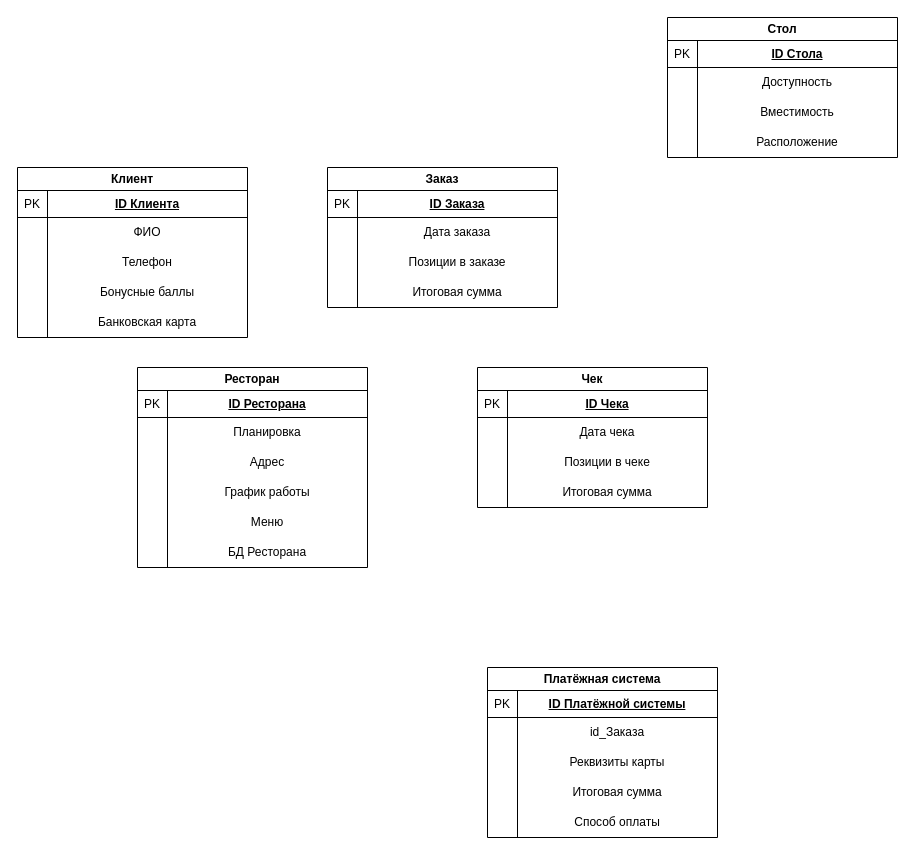
Crecker24/kursach keeps this draw.io diagram as Логическая диаграмма.drawio. Above is the earlier version. Source tidied: cells renumbered, new cells numbered last; positions are measured from the earlier drawing's top-left corner, leaving out a move shared by most shapes. Both pictures are drawn from the tidied source at 100%, with x=0, y=0 at pixel (17, 17).
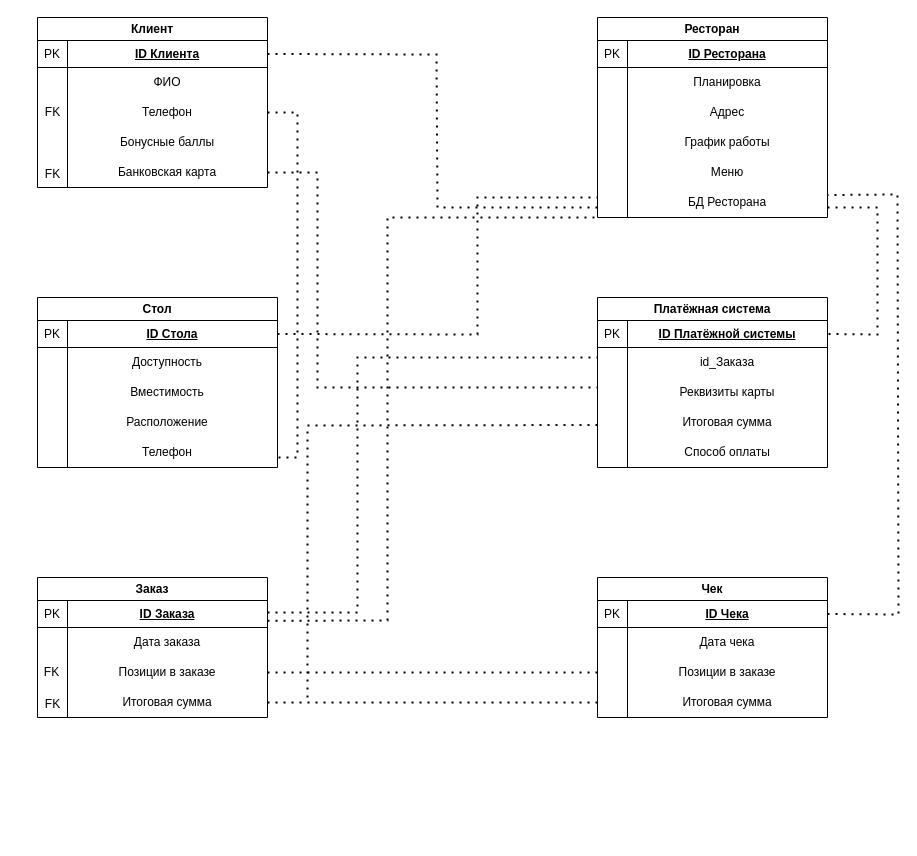
The same diagram, later.

The change refers to these unchanged cells:
```xml
<mxCell id="3" value="&lt;u&gt;&lt;b&gt;ID Клиента&lt;/b&gt;&lt;/u&gt;" style="whiteSpace=wrap;html=1;strokeColor=default;" parent="2" vertex="1">
  <mxGeometry x="30" y="23" width="200" height="27" as="geometry" />
</mxCell>
<mxCell id="5" value="Телефон" style="text;html=1;align=center;verticalAlign=middle;whiteSpace=wrap;rounded=0;" parent="2" vertex="1">
  <mxGeometry x="30" y="80" width="200" height="30" as="geometry" />
</mxCell>
<mxCell id="7" value="Банковская карта" style="text;html=1;align=center;verticalAlign=middle;whiteSpace=wrap;rounded=0;" parent="2" vertex="1">
  <mxGeometry x="30" y="140" width="200" height="30" as="geometry" />
</mxCell>
<mxCell id="11" value="&lt;u&gt;&lt;b&gt;ID Заказа&lt;/b&gt;&lt;/u&gt;" style="whiteSpace=wrap;html=1;strokeColor=default;" parent="10" vertex="1">
  <mxGeometry x="30" y="23" width="200" height="27" as="geometry" />
</mxCell>
<mxCell id="13" value="Позиции в заказе" style="text;html=1;align=center;verticalAlign=middle;whiteSpace=wrap;rounded=0;" parent="10" vertex="1">
  <mxGeometry x="30" y="80" width="200" height="30" as="geometry" />
</mxCell>
<mxCell id="14" value="Итоговая сумма" style="text;html=1;align=center;verticalAlign=middle;whiteSpace=wrap;rounded=0;" parent="10" vertex="1">
  <mxGeometry x="30" y="110" width="200" height="30" as="geometry" />
</mxCell>
<mxCell id="23" value="БД Ресторана" style="text;html=1;align=center;verticalAlign=middle;whiteSpace=wrap;rounded=0;" parent="17" vertex="1">
  <mxGeometry x="30" y="170" width="200" height="30" as="geometry" />
</mxCell>
<mxCell id="27" value="&lt;u&gt;&lt;b&gt;ID Чека&lt;/b&gt;&lt;/u&gt;" style="whiteSpace=wrap;html=1;strokeColor=default;" parent="26" vertex="1">
  <mxGeometry x="30" y="23" width="200" height="27" as="geometry" />
</mxCell>
<mxCell id="41" value="&lt;u&gt;&lt;b&gt;ID Платёжной системы&lt;/b&gt;&lt;/u&gt;" style="whiteSpace=wrap;html=1;strokeColor=default;" parent="40" vertex="1">
  <mxGeometry x="30" y="23" width="200" height="27" as="geometry" />
</mxCell>
```

Change to the diagram source:
```diff
@@
     <mxCell id="2" value="Клиент" style="swimlane;whiteSpace=wrap;html=1;" parent="1" vertex="1">
-      <mxGeometry y="150" width="230" height="170" as="geometry" />
+      <mxGeometry x="20" width="230" height="170" as="geometry" />
     </mxCell>
@@
+    <mxCell id="48" value="FK" style="text;html=1;align=center;verticalAlign=middle;strokeColor=none;fillColor=none;" parent="2" vertex="1">
+      <mxGeometry x="-5" y="80" width="40" height="30" as="geometry" />
+    </mxCell>
     <mxCell id="8" value="PK" style="rounded=0;whiteSpace=wrap;html=1;" parent="1" vertex="1">
-      <mxGeometry y="173" width="30" height="27" as="geometry" />
+      <mxGeometry x="20" y="23" width="30" height="27" as="geometry" />
     </mxCell>
     <mxCell id="9" style="endArrow=none;html=1;rounded=0;entryX=1;entryY=0;entryDx=0;entryDy=0;" parent="1" edge="1" target="8">
       <mxGeometry relative="1" as="geometry">
-        <mxPoint x="30" y="320" as="sourcePoint" />
+        <mxPoint x="50" y="170" as="sourcePoint" />
       </mxGeometry>
     </mxCell>
     <mxCell id="10" value="Заказ" style="swimlane;whiteSpace=wrap;html=1;" parent="1" vertex="1">
-      <mxGeometry x="310" y="150" width="230" height="140" as="geometry" />
+      <mxGeometry x="20" y="560" width="230" height="140" as="geometry" />
     </mxCell>
@@
     <mxCell id="15" value="PK" style="rounded=0;whiteSpace=wrap;html=1;" parent="1" vertex="1">
-      <mxGeometry x="310" y="173" width="30" height="27" as="geometry" />
+      <mxGeometry x="20" y="583" width="30" height="27" as="geometry" />
     </mxCell>
     <mxCell id="16" style="endArrow=none;html=1;rounded=0;entryX=1;entryY=0;entryDx=0;entryDy=0;" parent="1" edge="1" target="15">
       <mxGeometry relative="1" as="geometry">
-        <mxPoint x="340" y="290" as="sourcePoint" />
+        <mxPoint x="50" y="700" as="sourcePoint" />
       </mxGeometry>
     </mxCell>
     <mxCell id="17" value="Ресторан" style="swimlane;whiteSpace=wrap;html=1;" parent="1" vertex="1">
-      <mxGeometry x="120" y="350" width="230" height="200" as="geometry" />
+      <mxGeometry x="580" width="230" height="200" as="geometry" />
     </mxCell>
@@
     <mxCell id="24" value="PK" style="rounded=0;whiteSpace=wrap;html=1;" parent="1" vertex="1">
-      <mxGeometry x="120" y="373" width="30" height="27" as="geometry" />
+      <mxGeometry x="580" y="23" width="30" height="27" as="geometry" />
     </mxCell>
     <mxCell id="25" style="endArrow=none;html=1;rounded=0;entryX=1;entryY=0;entryDx=0;entryDy=0;" parent="1" edge="1" target="24">
       <mxGeometry relative="1" as="geometry">
-        <mxPoint x="150" y="550" as="sourcePoint" />
+        <mxPoint x="610" y="200" as="sourcePoint" />
       </mxGeometry>
     </mxCell>
     <mxCell id="26" value="Чек" style="swimlane;whiteSpace=wrap;html=1;" parent="1" vertex="1">
-      <mxGeometry x="460" y="350" width="230" height="140" as="geometry" />
+      <mxGeometry x="580" y="560" width="230" height="140" as="geometry" />
     </mxCell>
@@
-    <mxCell id="29" value="Позиции в чеке" style="text;html=1;align=center;verticalAlign=middle;whiteSpace=wrap;rounded=0;" parent="26" vertex="1">
+    <mxCell id="29" value="Позиции в заказе" style="text;html=1;align=center;verticalAlign=middle;whiteSpace=wrap;rounded=0;" parent="26" vertex="1">
       <mxGeometry x="30" y="80" width="200" height="30" as="geometry" />
     </mxCell>
@@
     <mxCell id="31" value="PK" style="rounded=0;whiteSpace=wrap;html=1;" parent="1" vertex="1">
-      <mxGeometry x="460" y="373" width="30" height="27" as="geometry" />
+      <mxGeometry x="580" y="583" width="30" height="27" as="geometry" />
     </mxCell>
     <mxCell id="32" style="endArrow=none;html=1;rounded=0;entryX=1;entryY=0;entryDx=0;entryDy=0;" parent="1" edge="1" target="31">
       <mxGeometry relative="1" as="geometry">
-        <mxPoint x="490" y="490" as="sourcePoint" />
+        <mxPoint x="610" y="700" as="sourcePoint" />
       </mxGeometry>
     </mxCell>
     <mxCell id="33" value="Стол" style="swimlane;whiteSpace=wrap;html=1;" parent="1" vertex="1">
-      <mxGeometry x="650" width="230" height="140" as="geometry" />
+      <mxGeometry x="20" y="280" width="240" height="170" as="geometry" />
     </mxCell>
     <mxCell id="34" value="&lt;u&gt;&lt;b&gt;ID Стола&lt;/b&gt;&lt;/u&gt;" style="whiteSpace=wrap;html=1;strokeColor=default;" parent="33" vertex="1">
-      <mxGeometry x="30" y="23" width="200" height="27" as="geometry" />
+      <mxGeometry x="30" y="23" width="210" height="27" as="geometry" />
     </mxCell>
@@
+    <mxCell id="49" value="Телефон" style="text;html=1;align=center;verticalAlign=middle;whiteSpace=wrap;rounded=0;" parent="33" vertex="1">
+      <mxGeometry x="30" y="140" width="200" height="30" as="geometry" />
+    </mxCell>
     <mxCell id="38" value="PK" style="rounded=0;whiteSpace=wrap;html=1;" parent="1" vertex="1">
-      <mxGeometry x="650" y="23" width="30" height="27" as="geometry" />
+      <mxGeometry x="20" y="303" width="30" height="27" as="geometry" />
     </mxCell>
     <mxCell id="39" style="endArrow=none;html=1;rounded=0;entryX=1;entryY=0;entryDx=0;entryDy=0;" parent="1" edge="1" target="38">
       <mxGeometry relative="1" as="geometry">
-        <mxPoint x="680" y="140" as="sourcePoint" />
+        <mxPoint x="50" y="450" as="sourcePoint" />
       </mxGeometry>
     </mxCell>
     <mxCell id="40" value="Платёжная система" style="swimlane;whiteSpace=wrap;html=1;" parent="1" vertex="1">
-      <mxGeometry x="470" y="650" width="230" height="170" as="geometry" />
+      <mxGeometry x="580" y="280" width="230" height="170" as="geometry" />
     </mxCell>
@@
     <mxCell id="46" value="PK" style="rounded=0;whiteSpace=wrap;html=1;" parent="1" vertex="1">
-      <mxGeometry x="470" y="673" width="30" height="27" as="geometry" />
+      <mxGeometry x="580" y="303" width="30" height="27" as="geometry" />
     </mxCell>
     <mxCell id="47" style="endArrow=none;html=1;rounded=0;entryX=1;entryY=0;entryDx=0;entryDy=0;" parent="1" edge="1" target="46">
       <mxGeometry relative="1" as="geometry">
-        <mxPoint x="500" y="820" as="sourcePoint" />
+        <mxPoint x="610" y="450" as="sourcePoint" />
       </mxGeometry>
     </mxCell>
+    <mxCell id="50" value="FK" style="text;html=1;align=center;verticalAlign=middle;strokeColor=none;fillColor=none;" parent="1" vertex="1">
+      <mxGeometry x="15" y="672" width="40" height="30" as="geometry" />
+    </mxCell>
+    <mxCell id="51" style="endArrow=none;dashed=1;html=1;dashPattern=1 3;strokeWidth=2;rounded=0;exitX=1;exitY=0.5;exitDx=0;exitDy=0;" parent="1" edge="1" source="14">
+      <mxGeometry relative="1" as="geometry">
+        <mxPoint x="580" y="685" as="targetPoint" />
+      </mxGeometry>
+    </mxCell>
+    <mxCell id="52" style="endArrow=none;dashed=1;html=1;dashPattern=1 3;strokeWidth=2;rounded=0;entryX=0;entryY=0.75;entryDx=0;entryDy=0;" parent="1" edge="1" target="40">
+      <mxGeometry relative="1" as="geometry">
+        <mxPoint x="290" y="680" as="sourcePoint" />
+        <Array as="points">
+          <mxPoint x="290" y="408" />
+        </Array>
+      </mxGeometry>
+    </mxCell>
+    <mxCell id="53" style="endArrow=none;dashed=1;html=1;dashPattern=1 3;strokeWidth=2;rounded=0;exitX=1;exitY=0.5;exitDx=0;exitDy=0;" parent="1" edge="1" source="5">
+      <mxGeometry relative="1" as="geometry">
+        <mxPoint x="260" y="440" as="targetPoint" />
+        <Array as="points">
+          <mxPoint x="280" y="95" />
+          <mxPoint x="280" y="440" />
+        </Array>
+      </mxGeometry>
+    </mxCell>
+    <mxCell id="54" style="endArrow=none;dashed=1;html=1;dashPattern=1 3;strokeWidth=2;rounded=0;exitX=1;exitY=0.25;exitDx=0;exitDy=0;" parent="1" edge="1" source="10">
+      <mxGeometry relative="1" as="geometry">
+        <mxPoint x="580" y="340" as="targetPoint" />
+        <Array as="points">
+          <mxPoint x="340" y="595" />
+          <mxPoint x="340" y="340" />
+        </Array>
+      </mxGeometry>
+    </mxCell>
+    <mxCell id="55" style="endArrow=none;dashed=1;html=1;dashPattern=1 3;strokeWidth=2;rounded=0;exitX=1;exitY=0.5;exitDx=0;exitDy=0;" parent="1" edge="1" source="7">
+      <mxGeometry relative="1" as="geometry">
+        <mxPoint x="580" y="370" as="targetPoint" />
+        <Array as="points">
+          <mxPoint x="300" y="155" />
+          <mxPoint x="300" y="370" />
+        </Array>
+      </mxGeometry>
+    </mxCell>
+    <mxCell id="56" value="FK" style="text;html=1;align=center;verticalAlign=middle;strokeColor=none;fillColor=none;" parent="1" vertex="1">
+      <mxGeometry x="15" y="142" width="40" height="30" as="geometry" />
+    </mxCell>
+    <mxCell id="57" style="endArrow=none;dashed=1;html=1;dashPattern=1 3;strokeWidth=2;rounded=0;exitX=1;exitY=0.5;exitDx=0;exitDy=0;" parent="1" edge="1" source="3">
+      <mxGeometry relative="1" as="geometry">
+        <mxPoint x="580" y="190" as="targetPoint" />
+        <Array as="points">
+          <mxPoint x="419" y="37" />
+          <mxPoint x="420" y="190" />
+        </Array>
+      </mxGeometry>
+    </mxCell>
+    <mxCell id="58" style="endArrow=none;dashed=1;html=1;dashPattern=1 3;strokeWidth=2;rounded=0;entryX=1;entryY=0.5;entryDx=0;entryDy=0;" parent="1" edge="1" target="41">
+      <mxGeometry relative="1" as="geometry">
+        <mxPoint x="810" y="190" as="sourcePoint" />
+        <Array as="points">
+          <mxPoint x="830" y="190" />
+          <mxPoint x="860" y="190" />
+          <mxPoint x="860" y="317" />
+        </Array>
+      </mxGeometry>
+    </mxCell>
+    <mxCell id="59" value="FK" style="text;html=1;align=center;verticalAlign=middle;strokeColor=none;fillColor=none;" parent="1" vertex="1">
+      <mxGeometry x="14" y="640" width="40" height="30" as="geometry" />
+    </mxCell>
+    <mxCell id="60" style="endArrow=none;dashed=1;html=1;dashPattern=1 3;strokeWidth=2;rounded=0;exitX=1;exitY=0.5;exitDx=0;exitDy=0;" parent="1" edge="1" source="13">
+      <mxGeometry relative="1" as="geometry">
+        <mxPoint x="580" y="655" as="targetPoint" />
+      </mxGeometry>
+    </mxCell>
+    <mxCell id="61" style="endArrow=none;dashed=1;html=1;dashPattern=1 3;strokeWidth=2;rounded=0;exitX=1;exitY=0.5;exitDx=0;exitDy=0;entryX=1;entryY=0.25;entryDx=0;entryDy=0;" parent="1" edge="1" source="27" target="23">
+      <mxGeometry relative="1" as="geometry">
+        <Array as="points">
+          <mxPoint x="881" y="597" />
+          <mxPoint x="880" y="177" />
+        </Array>
+      </mxGeometry>
+    </mxCell>
+    <mxCell id="62" style="endArrow=none;dashed=1;html=1;dashPattern=1 3;strokeWidth=2;rounded=0;exitX=1;exitY=0.5;exitDx=0;exitDy=0;" parent="1" edge="1" source="34">
+      <mxGeometry relative="1" as="geometry">
+        <mxPoint x="580" y="180" as="targetPoint" />
+        <Array as="points">
+          <mxPoint x="460" y="317" />
+          <mxPoint x="460" y="180" />
+        </Array>
+      </mxGeometry>
+    </mxCell>
+    <mxCell id="63" style="endArrow=none;dashed=1;html=1;dashPattern=1 3;strokeWidth=2;rounded=0;exitX=1;exitY=0.75;exitDx=0;exitDy=0;entryX=0;entryY=1;entryDx=0;entryDy=0;" parent="1" edge="1" source="11" target="17">
+      <mxGeometry relative="1" as="geometry">
+        <Array as="points">
+          <mxPoint x="370" y="603" />
+          <mxPoint x="370" y="200" />
+        </Array>
+      </mxGeometry>
+    </mxCell>
```
